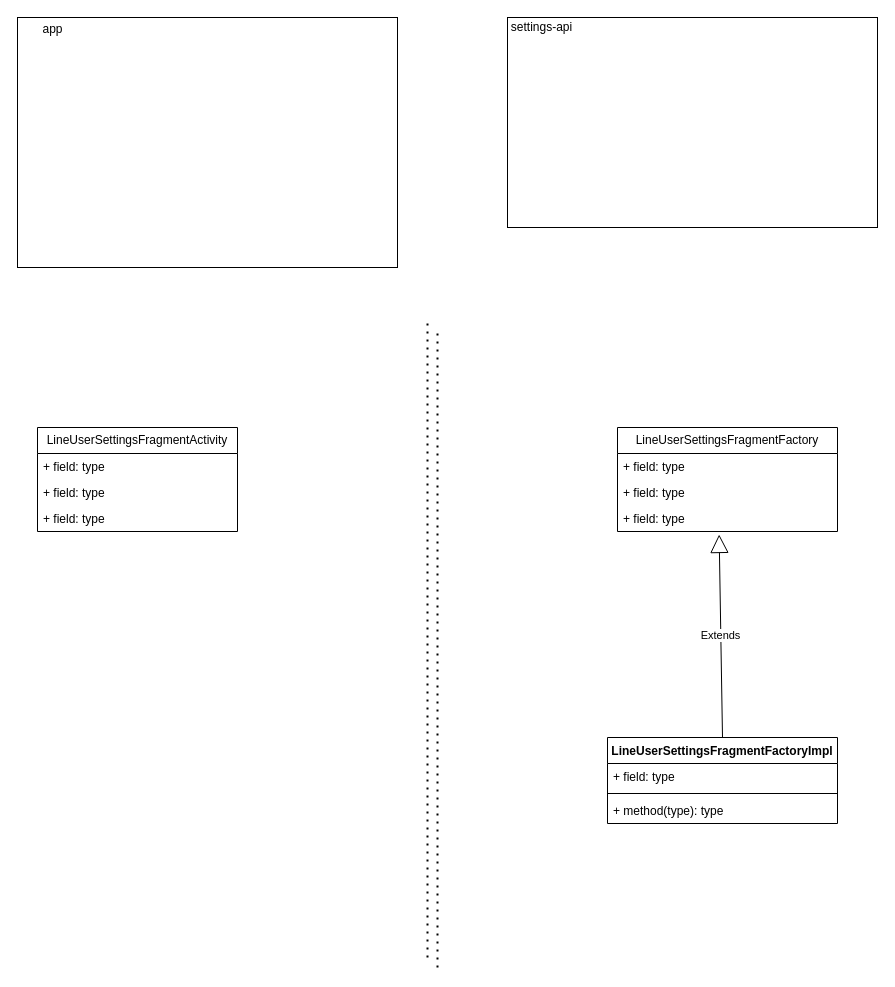
The draw.io diagram Untitled Diagram.drawio in pnhoanglong/GitArtifactory, before the edit. Source tidied: cells renumbered, new cells numbered last; positions are measured from the earlier drawing's top-left corner, leaving out a move shared by most shapes. Both pictures are drawn from the tidied source at 100%, with x=0, y=0 at pixel (17, 17).
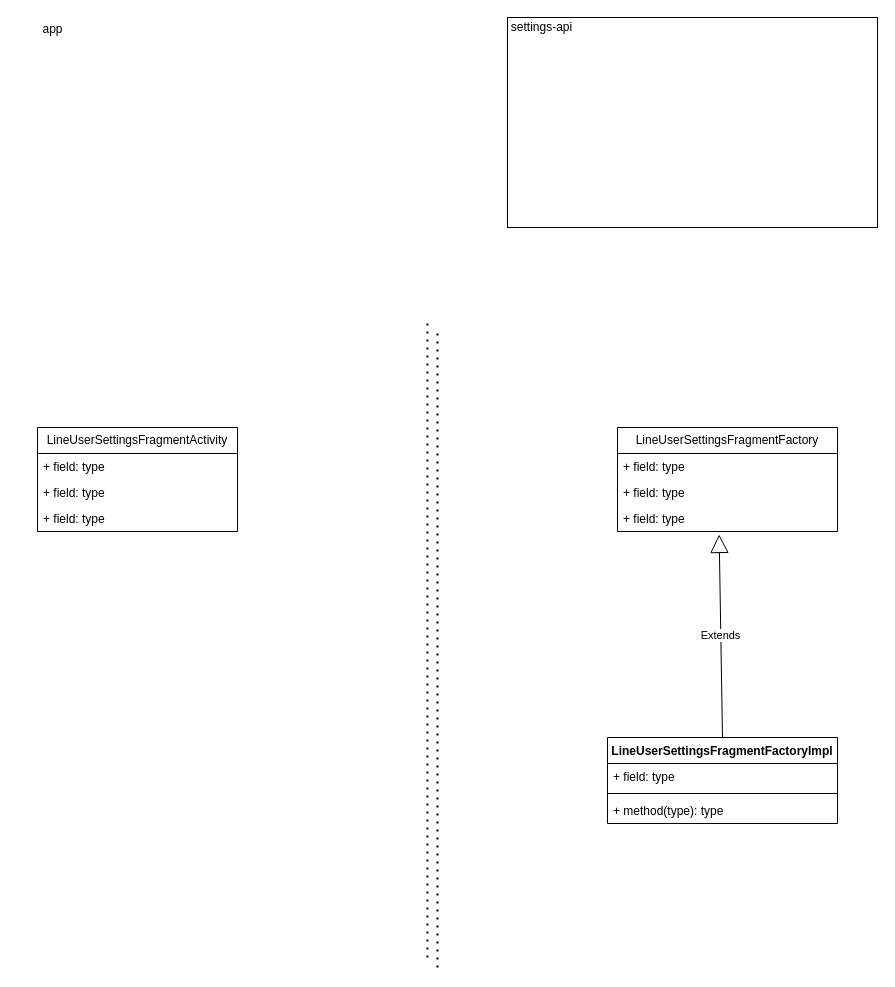
Above is the later version.

The change refers to these unchanged cells:
```xml
<mxCell id="2" style="group;" parent="1" vertex="1">
  <mxGeometry width="380" height="250" as="geometry" />
</mxCell>
```

Diff of the diagram source:
```diff
@@
-    <mxCell id="3" style="rounded=0;whiteSpace=wrap;html=1;" parent="2" vertex="1">
-      <mxGeometry width="380" height="250" as="geometry" />
-    </mxCell>
```
